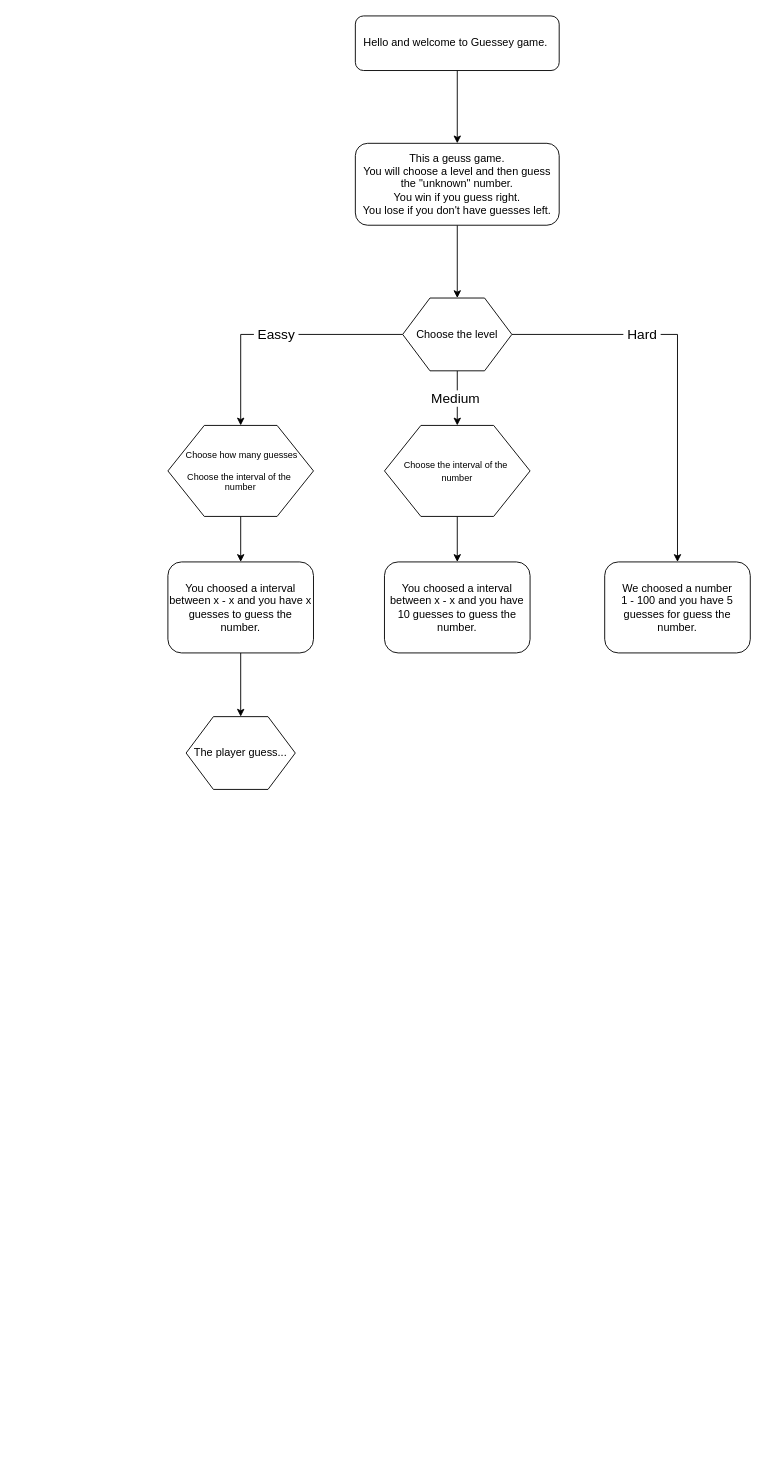
Mojtabarezaei4/Programmering1 keeps this draw.io diagram as GuessNumberGame/Untitled Diagram.drawio. Above is the earlier version. Source tidied: cells renumbered, new cells numbered last; positions are measured from the earlier drawing's top-left corner, leaving out a move shared by most shapes. Both pictures are drawn from the tidied source at 91%, with x=0, y=0 at pixel (167, 15).
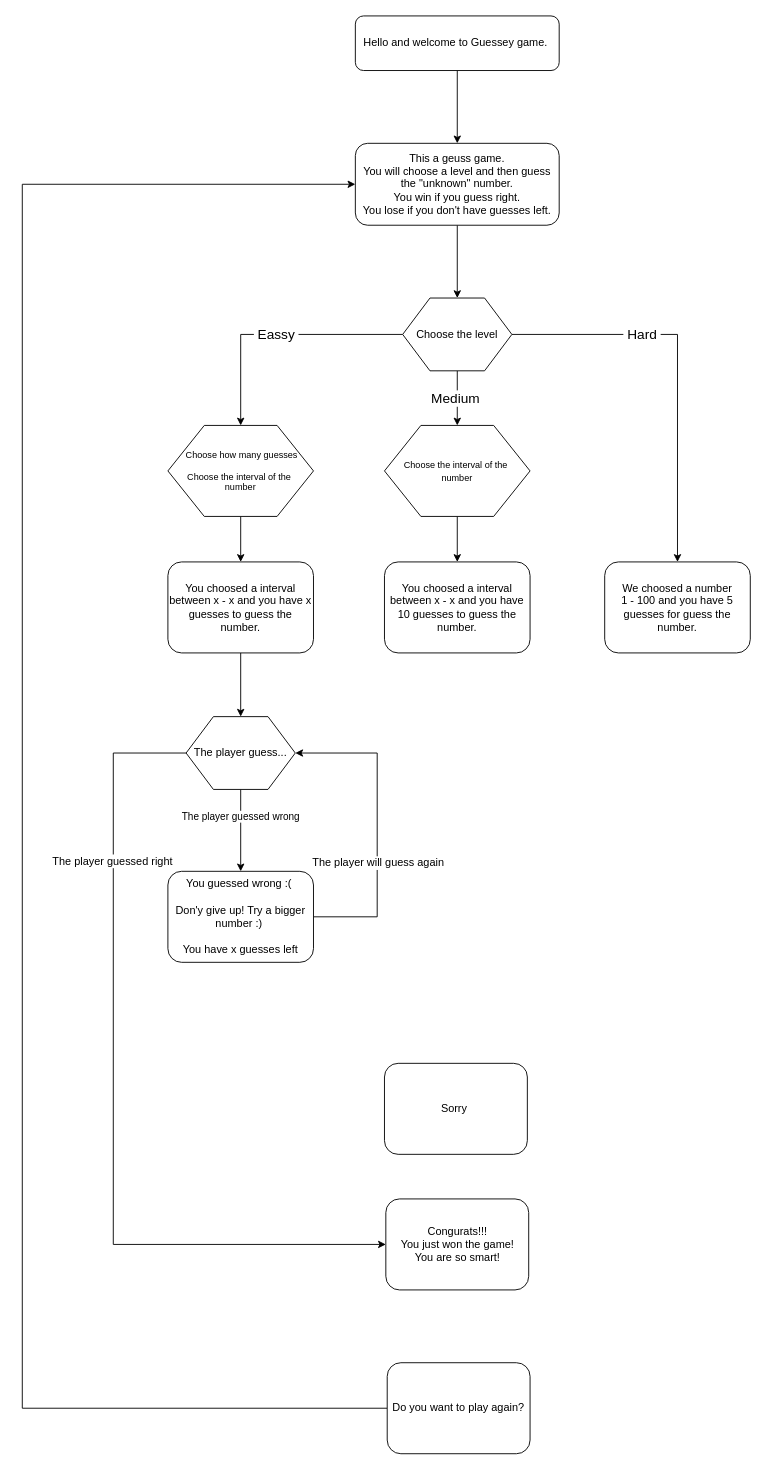
The same diagram, later.

Unchanged cells that the change refers to:
```xml
<mxCell id="5" value="This a geuss game.&lt;br&gt;You will choose a level and then guess the &quot;unknown&quot; number.&lt;br&gt;You win if you guess right.&lt;br&gt;You lose if you don't have guesses left." style="rounded=1;whiteSpace=wrap;html=1;" parent="1" vertex="1">
  <mxGeometry x="206" y="140" width="224" height="90" as="geometry" />
</mxCell>
<mxCell id="18" value="The player guess..." style="shape=hexagon;perimeter=hexagonPerimeter2;whiteSpace=wrap;html=1;" parent="1" vertex="1">
  <mxGeometry x="20" y="770" width="120" height="80" as="geometry" />
</mxCell>
```

What changed in the source:
```diff
@@
+    <mxCell id="19" value="The player guessed wrong" style="edgeStyle=orthogonalEdgeStyle;rounded=0;jettySize=auto;html=1;" parent="1" edge="1" source="18" target="24">
+      <mxGeometry x="-0.33" relative="1" as="geometry" />
+    </mxCell>
+    <mxCell id="20" style="edgeStyle=orthogonalEdgeStyle;rounded=0;jettySize=auto;html=1;entryX=0;entryY=0.5;entryDx=0;entryDy=0;" parent="1" edge="1" source="18" target="25">
+      <mxGeometry relative="1" as="geometry">
+        <Array as="points">
+          <mxPoint x="-60" y="810" />
+          <mxPoint x="-60" y="1350" />
+        </Array>
+      </mxGeometry>
+    </mxCell>
+    <mxCell id="21" value="The player guessed right" style="text;html=1;align=center;verticalAlign=middle;labelBackgroundColor=#ffffff;" parent="20" vertex="1">
+      <mxGeometry x="-0.57" y="-2" relative="1" as="geometry" />
+    </mxCell>
@@
+    <mxCell id="22" style="edgeStyle=orthogonalEdgeStyle;rounded=0;jettySize=auto;html=1;entryX=1;entryY=0.5;entryDx=0;entryDy=0;exitX=1;exitY=0.5;exitDx=0;exitDy=0;" parent="1" edge="1" source="24" target="18">
+      <mxGeometry relative="1" as="geometry">
+        <Array as="points">
+          <mxPoint x="230" y="990" />
+          <mxPoint x="230" y="810" />
+        </Array>
+      </mxGeometry>
+    </mxCell>
+    <mxCell id="23" value="The player will guess again" style="text;html=1;align=center;verticalAlign=middle;labelBackgroundColor=#ffffff;" parent="22" vertex="1">
+      <mxGeometry x="0.08" y="-3" relative="1" as="geometry">
+        <mxPoint x="-3" y="54.1" as="offset" />
+      </mxGeometry>
+    </mxCell>
+    <mxCell id="24" value="You guessed wrong :(&amp;nbsp;&lt;br&gt;&lt;br&gt;Don'y give up! Try a bigger number :)&amp;nbsp;&lt;br&gt;&lt;br&gt;You have x guesses left" style="rounded=1;whiteSpace=wrap;html=1;" parent="1" vertex="1">
+      <mxGeometry y="940" width="160" height="100" as="geometry" />
+    </mxCell>
+    <mxCell id="25" value="Congurats!!!&lt;br&gt;You just won the game!&lt;br&gt;You are so smart!" style="rounded=1;whiteSpace=wrap;html=1;" parent="1" vertex="1">
+      <mxGeometry x="239.5" y="1300" width="157" height="100" as="geometry" />
+    </mxCell>
+    <mxCell id="26" style="edgeStyle=orthogonalEdgeStyle;rounded=0;jettySize=auto;html=1;entryX=0;entryY=0.5;entryDx=0;entryDy=0;" parent="1" edge="1" source="27" target="5">
+      <mxGeometry relative="1" as="geometry">
+        <Array as="points">
+          <mxPoint x="-160" y="1530" />
+          <mxPoint x="-160" y="185" />
+        </Array>
+      </mxGeometry>
+    </mxCell>
+    <mxCell id="27" value="Do you want to play again?" style="rounded=1;whiteSpace=wrap;html=1;" parent="1" vertex="1">
+      <mxGeometry x="241" y="1480" width="157" height="100" as="geometry" />
+    </mxCell>
+    <mxCell id="28" value="Sorry&amp;nbsp;" style="rounded=1;whiteSpace=wrap;html=1;" parent="1" vertex="1">
+      <mxGeometry x="238" y="1151" width="157" height="100" as="geometry" />
+    </mxCell>
```
